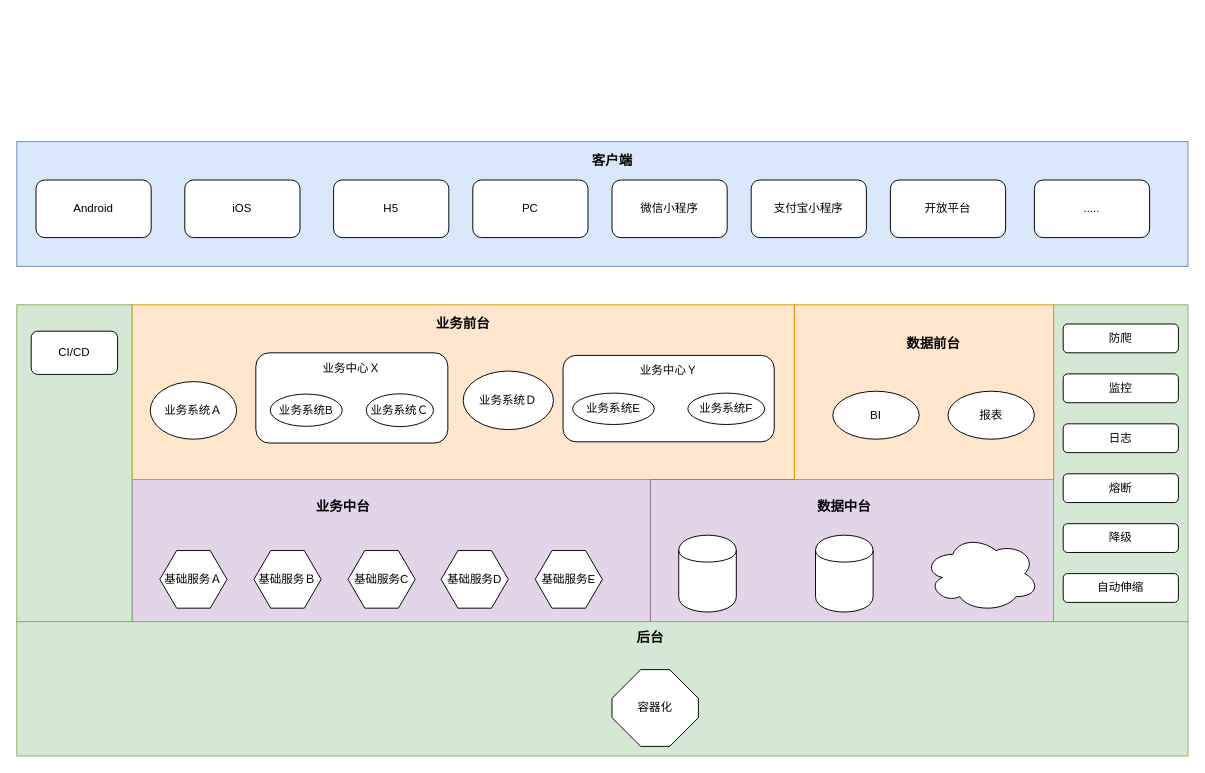
Above: page "outline" (1 of 4) of 系统架构.drawio in NonePro/UML (draw.io), before the change. Source tidied: cells renumbered, new cells numbered last; positions are measured from the earlier drawing's top-left corner, leaving out a move shared by most shapes. Both pictures are drawn from the tidied source at 96%, with x=0, y=0 at pixel (16, 141).
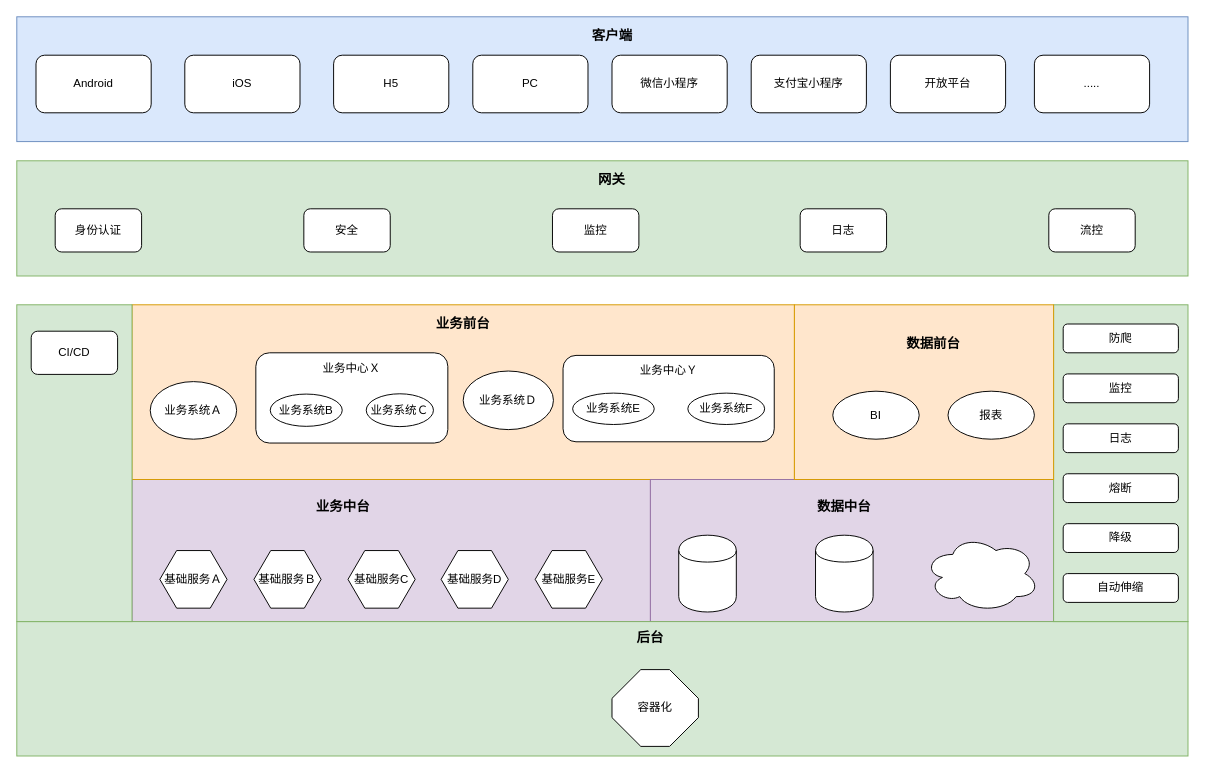
After the change.

Change to the diagram source:
```diff
@@
+    <mxCell id="63" style="rounded=0;whiteSpace=wrap;html=1;fillColor=#d5e8d4;strokeColor=#82b366;" parent="1" vertex="1">
+      <mxGeometry y="20" width="1220" height="120" as="geometry" />
+    </mxCell>
@@
+    <mxCell id="64" style="group;" parent="51" vertex="1">
+      <mxGeometry y="-130" width="1220" height="130" as="geometry" />
+    </mxCell>
-    <mxCell id="52" style="rounded=0;whiteSpace=wrap;html=1;fillColor=#dae8fc;strokeColor=#6c8ebf;" parent="51" vertex="1">
+    <mxCell id="52" style="rounded=0;whiteSpace=wrap;html=1;fillColor=#dae8fc;strokeColor=#6c8ebf;" parent="64" vertex="1">
       <mxGeometry width="1220" height="130" as="geometry" />
     </mxCell>
-    <mxCell id="53" value="&lt;font style=&quot;font-size: 14px&quot;&gt;&lt;b&gt;客户端&lt;/b&gt;&lt;/font&gt;" style="text;html=1;strokeColor=none;fillColor=none;align=center;verticalAlign=middle;whiteSpace=wrap;rounded=0;" parent="51" vertex="1">
+    <mxCell id="53" value="&lt;font style=&quot;font-size: 14px&quot;&gt;&lt;b&gt;客户端&lt;/b&gt;&lt;/font&gt;" style="text;html=1;strokeColor=none;fillColor=none;align=center;verticalAlign=middle;whiteSpace=wrap;rounded=0;" parent="64" vertex="1">
       <mxGeometry x="587.5" y="10" width="65" height="20" as="geometry" />
     </mxCell>
-    <mxCell id="54" value="Android" style="rounded=1;whiteSpace=wrap;html=1;" parent="51" vertex="1">
+    <mxCell id="54" value="Android" style="rounded=1;whiteSpace=wrap;html=1;" parent="64" vertex="1">
       <mxGeometry x="20" y="40" width="120" height="60" as="geometry" />
     </mxCell>
-    <mxCell id="55" value="iOS" style="rounded=1;whiteSpace=wrap;html=1;" parent="51" vertex="1">
+    <mxCell id="55" value="iOS" style="rounded=1;whiteSpace=wrap;html=1;" parent="64" vertex="1">
       <mxGeometry x="175" y="40" width="120" height="60" as="geometry" />
     </mxCell>
-    <mxCell id="56" value="H5" style="rounded=1;whiteSpace=wrap;html=1;" parent="51" vertex="1">
+    <mxCell id="56" value="H5" style="rounded=1;whiteSpace=wrap;html=1;" parent="64" vertex="1">
       <mxGeometry x="330" y="40" width="120" height="60" as="geometry" />
     </mxCell>
-    <mxCell id="57" value="PC" style="rounded=1;whiteSpace=wrap;html=1;" parent="51" vertex="1">
+    <mxCell id="57" value="PC" style="rounded=1;whiteSpace=wrap;html=1;" parent="64" vertex="1">
       <mxGeometry x="475" y="40" width="120" height="60" as="geometry" />
     </mxCell>
-    <mxCell id="58" value="微信小程序" style="rounded=1;whiteSpace=wrap;html=1;" parent="51" vertex="1">
+    <mxCell id="58" value="微信小程序" style="rounded=1;whiteSpace=wrap;html=1;" parent="64" vertex="1">
       <mxGeometry x="620" y="40" width="120" height="60" as="geometry" />
     </mxCell>
-    <mxCell id="59" value="支付宝小程序" style="rounded=1;whiteSpace=wrap;html=1;" parent="51" vertex="1">
+    <mxCell id="59" value="支付宝小程序" style="rounded=1;whiteSpace=wrap;html=1;" parent="64" vertex="1">
       <mxGeometry x="765" y="40" width="120" height="60" as="geometry" />
     </mxCell>
-    <mxCell id="60" value="开放平台" style="rounded=1;whiteSpace=wrap;html=1;" parent="51" vertex="1">
+    <mxCell id="60" value="开放平台" style="rounded=1;whiteSpace=wrap;html=1;" parent="64" vertex="1">
       <mxGeometry x="910" y="40" width="120" height="60" as="geometry" />
     </mxCell>
-    <mxCell id="61" value="....." style="rounded=1;whiteSpace=wrap;html=1;" parent="51" vertex="1">
+    <mxCell id="61" value="....." style="rounded=1;whiteSpace=wrap;html=1;" parent="64" vertex="1">
       <mxGeometry x="1060" y="40" width="120" height="60" as="geometry" />
     </mxCell>
@@
+    <mxCell id="65" parent="0" />
+    <mxCell id="66" value="&lt;b&gt;&lt;font style=&quot;font-size: 14px&quot;&gt;网关&lt;/font&gt;&lt;/b&gt;" style="text;html=1;strokeColor=none;fillColor=none;align=center;verticalAlign=middle;whiteSpace=wrap;rounded=0;" parent="65" vertex="1">
+      <mxGeometry x="600" y="30" width="40" height="20" as="geometry" />
+    </mxCell>
+    <mxCell id="67" value="身份认证" style="rounded=1;whiteSpace=wrap;html=1;" parent="65" vertex="1">
+      <mxGeometry x="40" y="70" width="90" height="45" as="geometry" />
+    </mxCell>
+    <mxCell id="68" value="安全" style="rounded=1;whiteSpace=wrap;html=1;" parent="65" vertex="1">
+      <mxGeometry x="299" y="70" width="90" height="45" as="geometry" />
+    </mxCell>
+    <mxCell id="69" value="监控" style="rounded=1;whiteSpace=wrap;html=1;" parent="65" vertex="1">
+      <mxGeometry x="558" y="70" width="90" height="45" as="geometry" />
+    </mxCell>
+    <mxCell id="70" value="日志" style="rounded=1;whiteSpace=wrap;html=1;" parent="65" vertex="1">
+      <mxGeometry x="816" y="70" width="90" height="45" as="geometry" />
+    </mxCell>
+    <mxCell id="71" value="流控" style="rounded=1;whiteSpace=wrap;html=1;" parent="65" vertex="1">
+      <mxGeometry x="1075" y="70" width="90" height="45" as="geometry" />
+    </mxCell>
```
